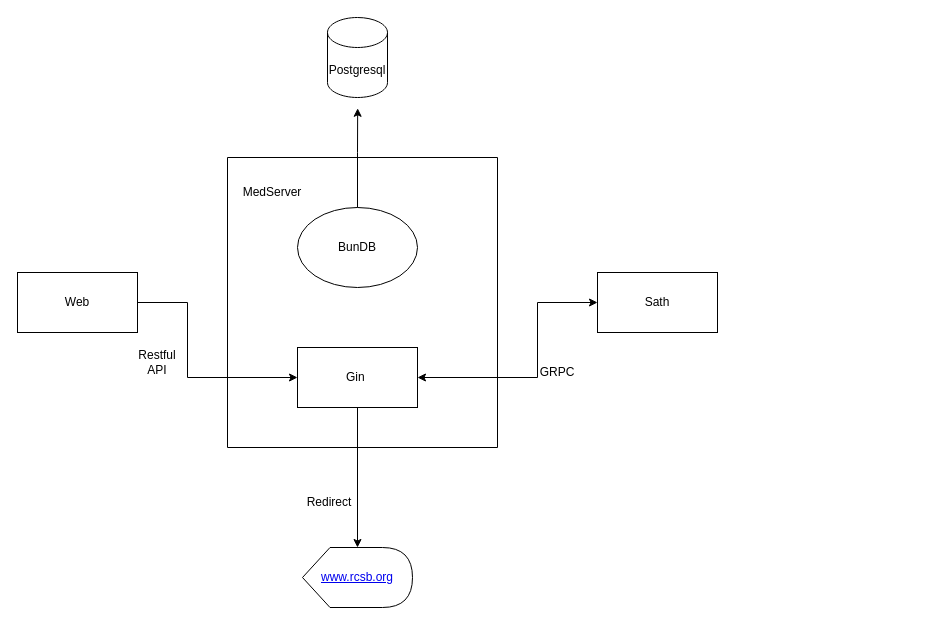
This is Med.drawio from HelloYLee/SystemDesign, a draw.io file, before an edit. Source tidied: cells renumbered, new cells numbered last; positions are measured from the earlier drawing's top-left corner, leaving out a move shared by most shapes. Both pictures are drawn from the tidied source at 100%, with x=0, y=0 at pixel (17, 17).
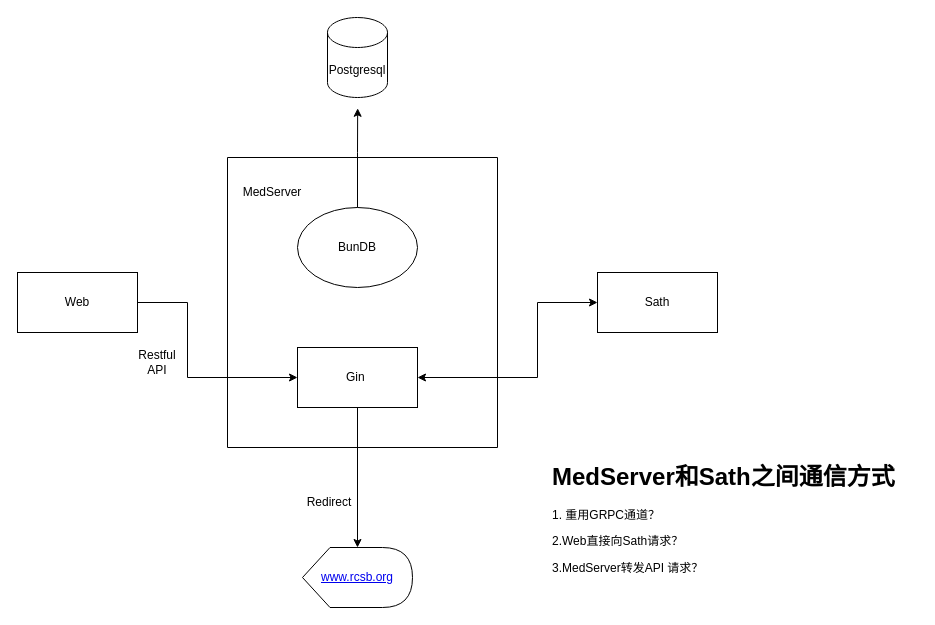
The same page after the edit.

The edit, as a diff of the source:
```diff
@@
-    <mxCell id="16" value="GRPC" style="text;html=1;strokeColor=none;fillColor=none;align=center;verticalAlign=middle;whiteSpace=wrap;rounded=0;" parent="1" vertex="1">
-      <mxGeometry x="510" y="340" width="60" height="30" as="geometry" />
-    </mxCell>
+    <mxCell id="17" value="&lt;h1&gt;MedServer和Sath之间通信方式&lt;/h1&gt;&lt;p&gt;1. 重用GRPC通道？&lt;/p&gt;&lt;p&gt;2.Web直接向Sath请求？&lt;/p&gt;&lt;p&gt;3.MedServer转发API 请求？&lt;/p&gt;" style="text;html=1;strokeColor=none;fillColor=none;spacing=5;spacingTop=-20;whiteSpace=wrap;overflow=hidden;rounded=0;" parent="1" vertex="1">
+      <mxGeometry x="530" y="440" width="370" height="130" as="geometry" />
+    </mxCell>
```
